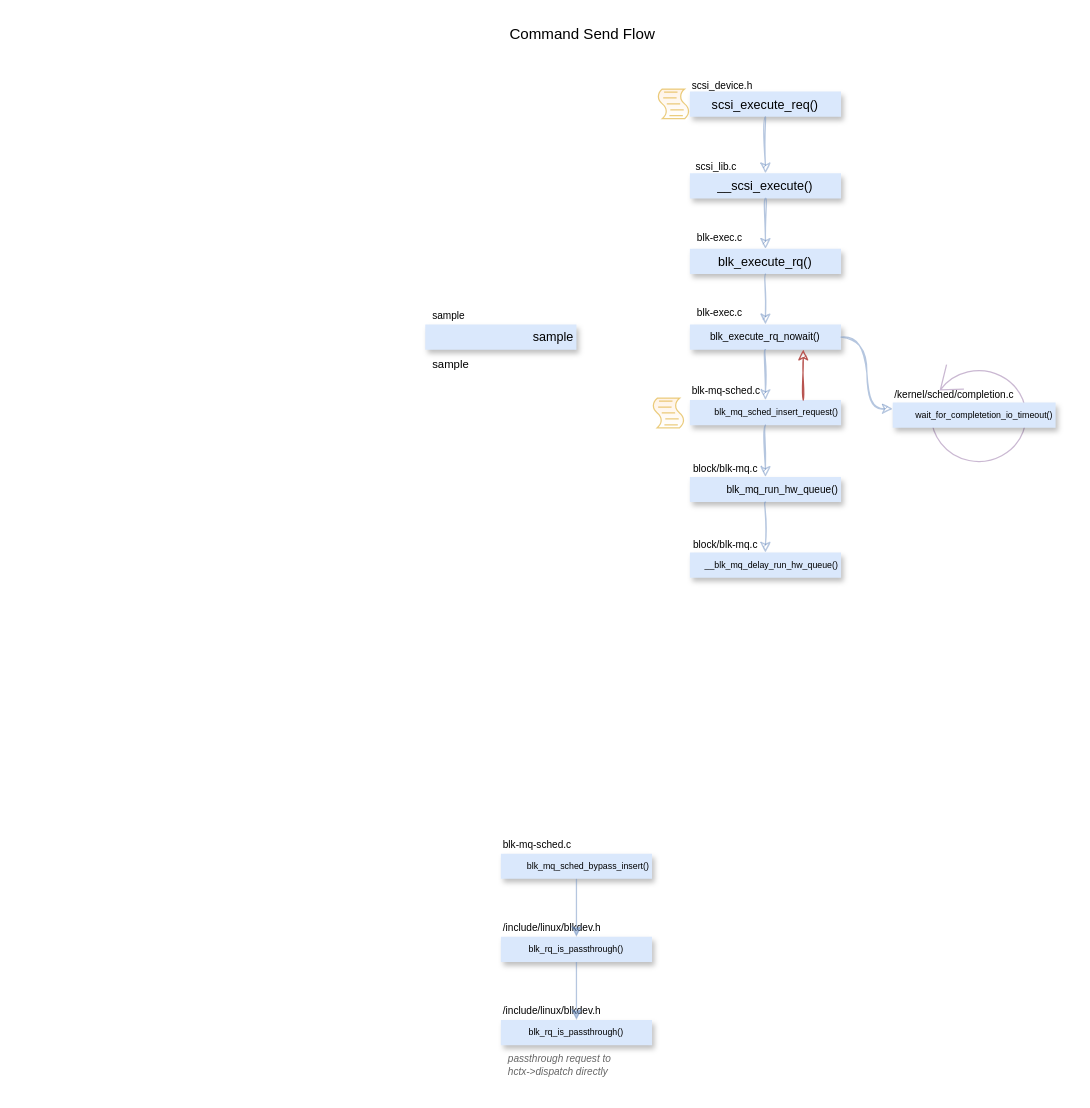
Before: page "Command Flow" (1 of 2) of Untitled Diagram.drawio in Flying-Camel/KernelSourceAnalize, a draw.io diagram. Source tidied: cells renumbered, new cells numbered last; positions are measured from the earlier drawing's top-left corner, leaving out a move shared by most shapes. Both pictures are drawn from the tidied source at 126%, with x=0, y=0 at pixel (425, 21).
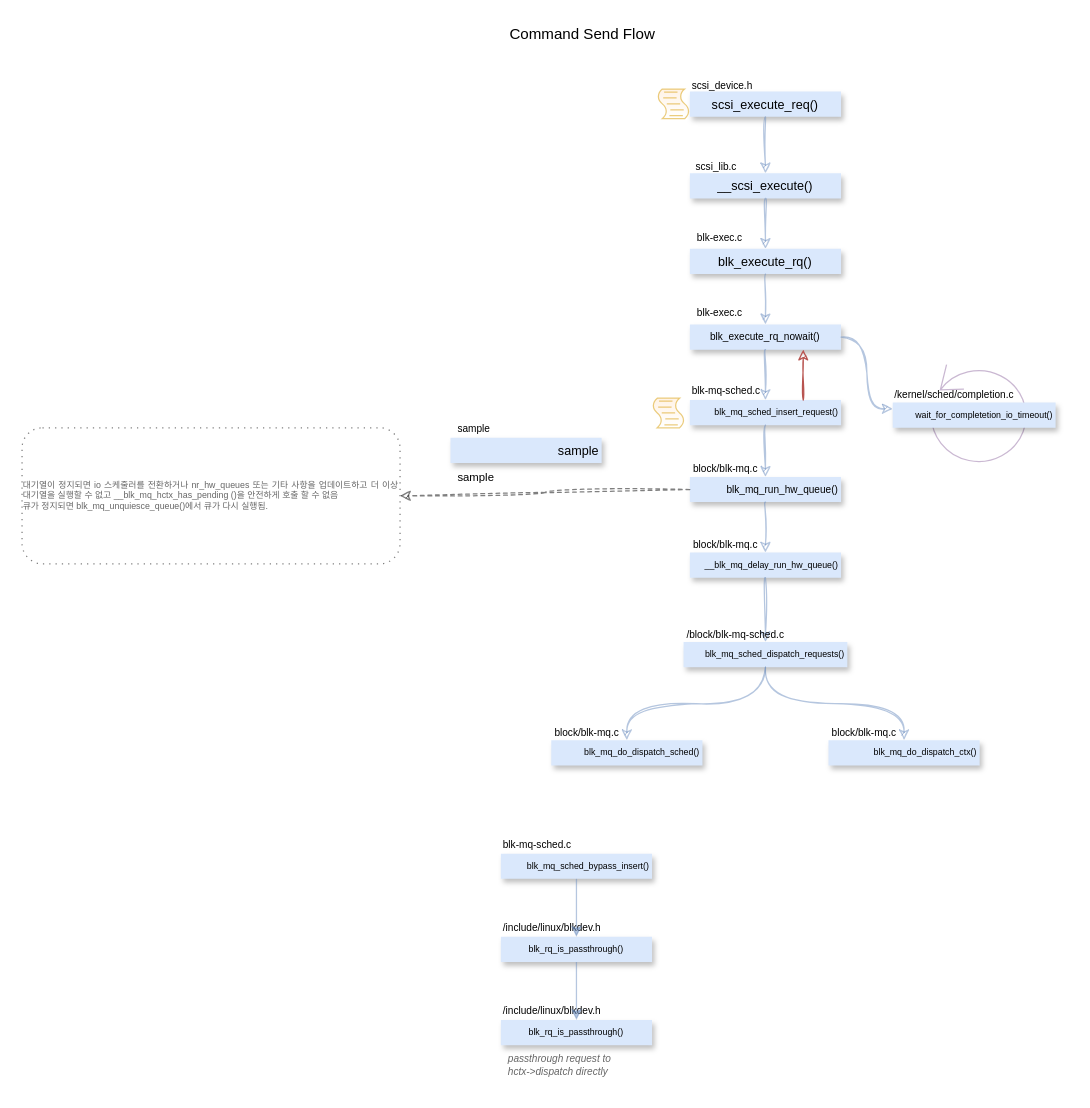
After the change.

The change refers to these unchanged cells:
```xml
<mxCell id="44" value="blk_mq_run_hw_queue()" style="swimlane;fontStyle=0;horizontal=1;startSize=20;fillColor=#dae8fc;strokeColor=none;fontSize=8;swimlaneLine=0;glass=0;shadow=1;align=right;" parent="42" vertex="1" collapsed="1">
  <mxGeometry y="51" width="120" height="20" as="geometry" />
</mxCell>
<mxCell id="47" value="__blk_mq_delay_run_hw_queue()" style="swimlane;fontStyle=0;horizontal=1;startSize=20;fillColor=#dae8fc;strokeColor=none;fontSize=7;swimlaneLine=0;glass=0;shadow=1;align=right;" parent="45" vertex="1" collapsed="1">
  <mxGeometry y="51" width="120" height="20" as="geometry" />
</mxCell>
```

What changed in the source:
```diff
@@
     <mxCell id="50" style="group;" parent="1" vertex="1">
-      <mxGeometry y="220" width="120" height="66" as="geometry" />
+      <mxGeometry x="20" y="310" width="120" height="66" as="geometry" />
     </mxCell>
@@
+    <mxCell id="54" value="&lt;div style=&quot;text-align: justify&quot;&gt;&lt;span style=&quot;text-align: left&quot;&gt;대기열이 정지되면 io 스케줄러를 전환하거나 nr_hw_queues 또는 기타 사항을 업데이트하고 더 이상 대기열을 실행할 수 없고 __blk_mq_hctx_has_pending ()을 안전하게 호출 할 수 없음&lt;/span&gt;&lt;/div&gt;&lt;span style=&quot;text-align: left&quot;&gt;&lt;div style=&quot;text-align: justify&quot;&gt;&lt;span&gt;큐가 정지되면 blk_mq_unquiesce_queue()에서 큐가 다시 실행됨.&lt;/span&gt;&lt;/div&gt;&lt;/span&gt;" style="shape=ext;rounded=1;html=1;whiteSpace=wrap;dashed=1;dashPattern=1 4;gradientColor=#ffffff;fontSize=7;fontColor=#666666;opacity=50;align=center;glass=0;sketch=0;" parent="1" vertex="1">
+      <mxGeometry x="-320" y="322" width="300" height="108" as="geometry" />
+    </mxCell>
+    <mxCell id="55" style="edgeStyle=orthogonalEdgeStyle;curved=1;rounded=0;sketch=1;jettySize=auto;html=1;entryX=1;entryY=0.5;entryDx=0;entryDy=0;fillColor=#dae8fc;fontSize=7;opacity=50;dashed=1;" parent="1" edge="1" source="44" target="54">
+      <mxGeometry relative="1" as="geometry" />
+    </mxCell>
+    <mxCell id="56" style="edgeStyle=orthogonalEdgeStyle;curved=1;rounded=0;sketch=1;jettySize=auto;html=1;strokeColor=#6c8ebf;fillColor=#dae8fc;fontSize=7;opacity=50;entryX=0.5;entryY=0;entryDx=0;entryDy=0;" parent="1" edge="1" source="47" target="59">
+      <mxGeometry relative="1" as="geometry" />
+    </mxCell>
+    <mxCell id="57" style="group;" parent="1" vertex="1">
+      <mxGeometry x="205" y="441" width="130" height="71" as="geometry" />
+    </mxCell>
+    <mxCell id="58" value="/block/blk-mq-sched.c" style="text;strokeColor=none;fillColor=none;align=left;verticalAlign=top;spacingLeft=4;spacingRight=4;overflow=hidden;shadow=1;glass=0;fontSize=8;" parent="57" vertex="1">
+      <mxGeometry x="-3.2" y="34" width="108.3" height="20" as="geometry" />
+    </mxCell>
+    <mxCell id="59" value="blk_mq_sched_dispatch_requests()" style="swimlane;fontStyle=0;horizontal=1;startSize=20;fillColor=#dae8fc;strokeColor=none;fontSize=7;swimlaneLine=0;glass=0;shadow=1;align=right;" parent="57" vertex="1" collapsed="1">
+      <mxGeometry y="51" width="130" height="20" as="geometry" />
+    </mxCell>
+    <mxCell id="60" style="group;" parent="1" vertex="1">
+      <mxGeometry x="100" y="519" width="120" height="71" as="geometry" />
+    </mxCell>
+    <mxCell id="61" value="block/blk-mq.c" style="text;strokeColor=none;fillColor=none;align=left;verticalAlign=top;spacingLeft=4;spacingRight=4;overflow=hidden;shadow=1;glass=0;fontSize=8;" parent="60" vertex="1">
+      <mxGeometry x="-3" y="34" width="100" height="20" as="geometry" />
+    </mxCell>
+    <mxCell id="62" value="blk_mq_do_dispatch_sched()" style="swimlane;fontStyle=0;horizontal=1;startSize=20;fillColor=#dae8fc;strokeColor=none;fontSize=7;swimlaneLine=0;glass=0;shadow=1;align=right;" parent="60" vertex="1" collapsed="1">
+      <mxGeometry y="51" width="120" height="20" as="geometry" />
+    </mxCell>
+    <mxCell id="63" style="group;" parent="1" vertex="1">
+      <mxGeometry x="320" y="519" width="120" height="71" as="geometry" />
+    </mxCell>
+    <mxCell id="64" value="block/blk-mq.c" style="text;strokeColor=none;fillColor=none;align=left;verticalAlign=top;spacingLeft=4;spacingRight=4;overflow=hidden;shadow=1;glass=0;fontSize=8;" parent="63" vertex="1">
+      <mxGeometry x="-3" y="34" width="100" height="20" as="geometry" />
+    </mxCell>
+    <mxCell id="65" value="blk_mq_do_dispatch_ctx()" style="swimlane;fontStyle=0;horizontal=1;startSize=20;fillColor=#dae8fc;strokeColor=none;fontSize=7;swimlaneLine=0;glass=0;shadow=1;align=right;" parent="63" vertex="1" collapsed="1">
+      <mxGeometry y="51" width="120" height="20" as="geometry" />
+    </mxCell>
+    <mxCell id="66" style="edgeStyle=orthogonalEdgeStyle;curved=1;rounded=0;sketch=1;jettySize=auto;html=1;strokeColor=#6c8ebf;fillColor=#dae8fc;fontSize=7;opacity=50;" parent="1" edge="1" source="59" target="62">
+      <mxGeometry relative="1" as="geometry" />
+    </mxCell>
+    <mxCell id="67" style="edgeStyle=orthogonalEdgeStyle;curved=1;rounded=0;sketch=1;jettySize=auto;html=1;strokeColor=#6c8ebf;fillColor=#dae8fc;fontSize=7;opacity=50;" parent="1" edge="1" source="59" target="65">
+      <mxGeometry relative="1" as="geometry" />
+    </mxCell>
```
